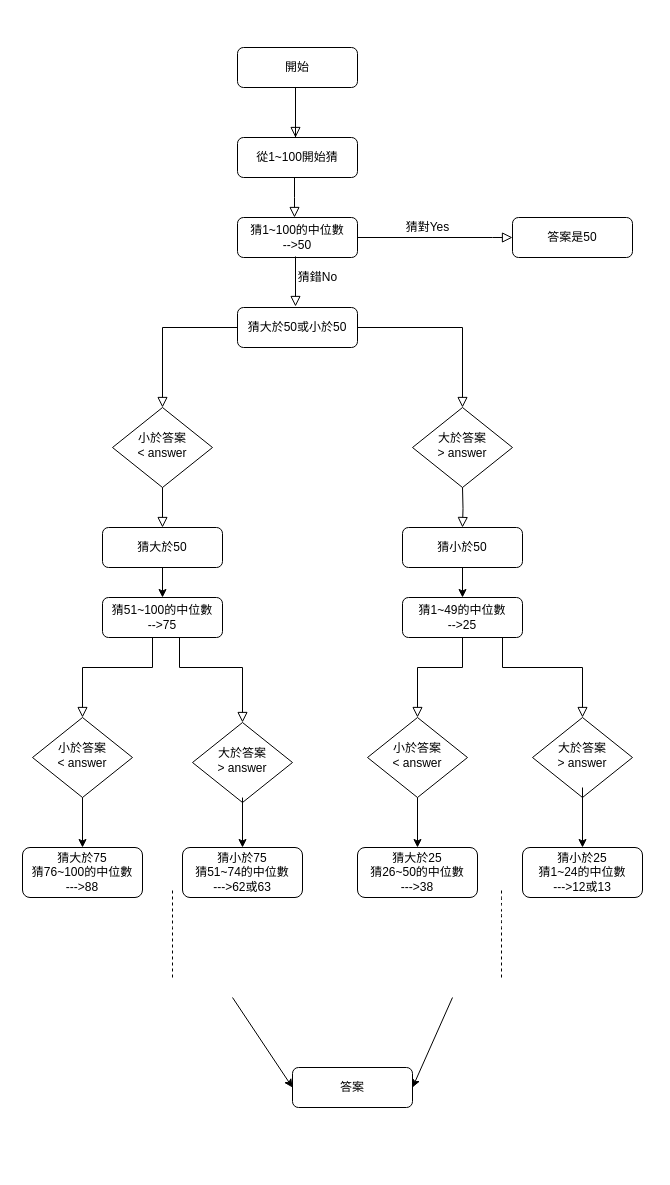
Before: number guess.drawio in chekuin7/ACcamp, a draw.io diagram. Source tidied: cells renumbered, new cells numbered last; positions are measured from the earlier drawing's top-left corner, leaving out a move shared by most shapes. Both pictures are drawn from the tidied source at 100%, with x=0, y=0 at pixel (22, 47).
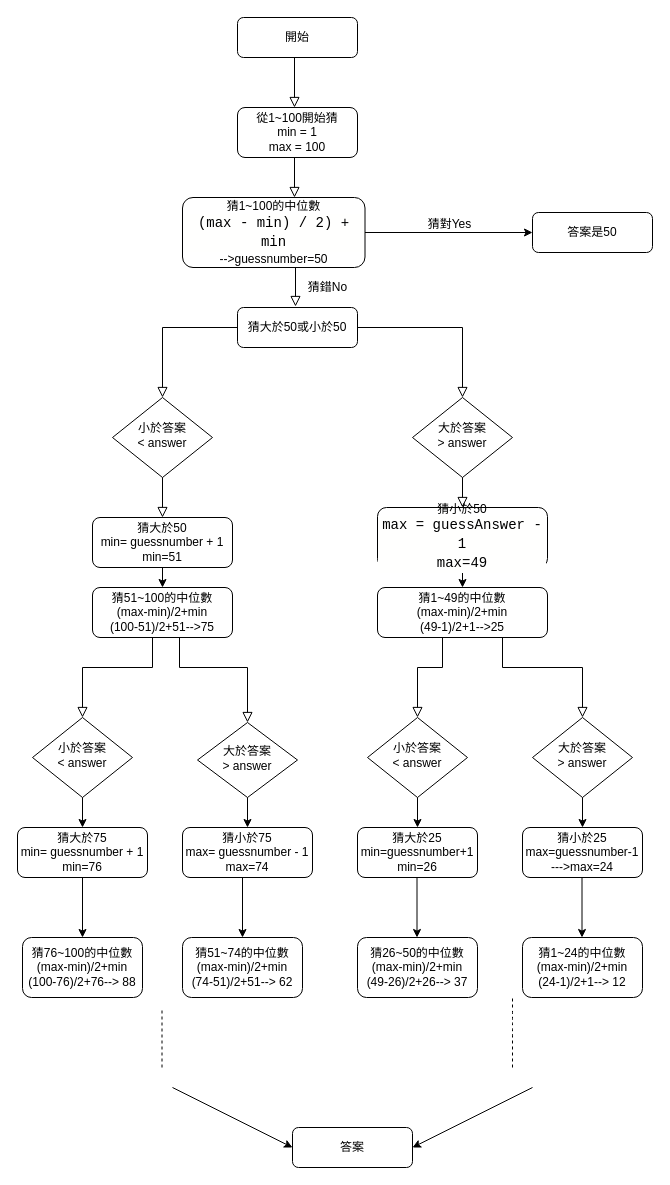
After the change.

Unchanged cells that the change refers to:
```xml
<mxCell id="13" value="小於答案&lt;br&gt;&amp;lt; answer" style="rhombus;whiteSpace=wrap;html=1;shadow=0;fontFamily=Helvetica;fontSize=12;align=center;strokeWidth=1;spacing=6;spacingTop=-4;" parent="1" vertex="1">
  <mxGeometry x="10" y="670" width="100" height="80" as="geometry" />
</mxCell>
<mxCell id="21" value="小於答案&lt;br&gt;&amp;lt; answer" style="rhombus;whiteSpace=wrap;html=1;shadow=0;fontFamily=Helvetica;fontSize=12;align=center;strokeWidth=1;spacing=6;spacingTop=-4;" parent="1" vertex="1">
  <mxGeometry x="345" y="670" width="100" height="80" as="geometry" />
</mxCell>
<mxCell id="22" value="大於答案&lt;br&gt;&amp;gt; answer" style="rhombus;whiteSpace=wrap;html=1;shadow=0;fontFamily=Helvetica;fontSize=12;align=center;strokeWidth=1;spacing=6;spacingTop=-4;" parent="1" vertex="1">
  <mxGeometry x="510" y="670" width="100" height="80" as="geometry" />
</mxCell>
```

Change to the diagram source:
```diff
@@
-    <mxCell id="3" value="猜1~100的中位數&lt;br&gt;--&amp;gt;50" style="rounded=1;whiteSpace=wrap;html=1;fontSize=12;glass=0;strokeWidth=1;shadow=0;" parent="1" vertex="1">
-      <mxGeometry x="215" y="170" width="120" height="40" as="geometry" />
+    <mxCell id="3" value="猜1~100的中位數&lt;br&gt;&lt;div style=&quot;background-color: rgb(255 , 255 , 254) ; font-family: &amp;#34;consolas&amp;#34; , &amp;#34;courier new&amp;#34; , monospace ; font-size: 14px ; line-height: 19px&quot;&gt;(max - min) / 2) + min&lt;/div&gt;--&amp;gt;guessnumber=50" style="rounded=1;whiteSpace=wrap;html=1;fontSize=12;glass=0;strokeWidth=1;shadow=0;" parent="1" vertex="1">
+      <mxGeometry x="160" y="150" width="182.5" height="70" as="geometry" />
     </mxCell>
     <mxCell id="4" value="大於答案&lt;br&gt;&amp;gt; answer" style="rhombus;whiteSpace=wrap;html=1;shadow=0;fontFamily=Helvetica;fontSize=12;align=center;strokeWidth=1;spacing=6;spacingTop=-4;" parent="1" vertex="1">
-      <mxGeometry x="390" y="360" width="100" height="80" as="geometry" />
+      <mxGeometry x="390" y="350" width="100" height="80" as="geometry" />
     </mxCell>
-    <mxCell id="5" style="edgeStyle=orthogonalEdgeStyle;rounded=0;jettySize=auto;html=1;exitX=0.5;exitY=1;exitDx=0;exitDy=0;entryX=0.5;entryY=0;entryDx=0;entryDy=0;" parent="1" edge="1" source="6" target="9">
-      <mxGeometry relative="1" as="geometry" />
+    <mxCell id="5" style="edgeStyle=orthogonalEdgeStyle;rounded=0;jettySize=auto;html=1;exitX=0.5;exitY=1;exitDx=0;exitDy=0;entryX=0.5;entryY=0;entryDx=0;entryDy=0;" parent="1" edge="1" target="9">
+      <mxGeometry relative="1" as="geometry">
+        <mxPoint x="432" y="520" as="sourcePoint" />
+      </mxGeometry>
     </mxCell>
-    <mxCell id="6" value="猜小於50" style="rounded=1;whiteSpace=wrap;html=1;fontSize=12;glass=0;strokeWidth=1;shadow=0;" parent="1" vertex="1">
-      <mxGeometry x="380" y="480" width="120" height="40" as="geometry" />
+    <mxCell id="6" value="猜小於50&lt;br&gt;&lt;div style=&quot;background-color: rgb(255 , 255 , 254) ; font-family: &amp;#34;consolas&amp;#34; , &amp;#34;courier new&amp;#34; , monospace ; font-size: 14px ; line-height: 19px&quot;&gt;max = guessAnswer - 1&lt;/div&gt;&lt;div style=&quot;background-color: rgb(255 , 255 , 254) ; font-family: &amp;#34;consolas&amp;#34; , &amp;#34;courier new&amp;#34; , monospace ; font-size: 14px ; line-height: 19px&quot;&gt;max=49&lt;/div&gt;" style="rounded=1;whiteSpace=wrap;html=1;fontSize=12;glass=0;strokeWidth=1;shadow=0;" parent="1" vertex="1">
+      <mxGeometry x="355" y="460" width="170" height="60" as="geometry" />
     </mxCell>
     <mxCell id="7" value="小於答案&lt;br&gt;&amp;lt; answer" style="rhombus;whiteSpace=wrap;html=1;shadow=0;fontFamily=Helvetica;fontSize=12;align=center;strokeWidth=1;spacing=6;spacingTop=-4;" parent="1" vertex="1">
-      <mxGeometry x="90" y="360" width="100" height="80" as="geometry" />
+      <mxGeometry x="90" y="350" width="100" height="80" as="geometry" />
     </mxCell>
-    <mxCell id="8" value="猜大於50" style="rounded=1;whiteSpace=wrap;html=1;fontSize=12;glass=0;strokeWidth=1;shadow=0;" parent="1" vertex="1">
-      <mxGeometry x="80" y="480" width="120" height="40" as="geometry" />
+    <mxCell id="8" value="猜大於50&lt;br&gt;min= guessnumber + 1&lt;br&gt;min=51" style="rounded=1;whiteSpace=wrap;html=1;fontSize=12;glass=0;strokeWidth=1;shadow=0;" parent="1" vertex="1">
+      <mxGeometry x="70" y="470" width="140" height="50" as="geometry" />
     </mxCell>
-    <mxCell id="9" value="猜1~49的中位數&lt;br&gt;--&amp;gt;25" style="rounded=1;whiteSpace=wrap;html=1;fontSize=12;glass=0;strokeWidth=1;shadow=0;" parent="1" vertex="1">
-      <mxGeometry x="380" y="550" width="120" height="40" as="geometry" />
+    <mxCell id="9" value="猜1~49的中位數&lt;br&gt;(max-min)/2+min&lt;br&gt;(49-1)/2+1--&amp;gt;25" style="rounded=1;whiteSpace=wrap;html=1;fontSize=12;glass=0;strokeWidth=1;shadow=0;" parent="1" vertex="1">
+      <mxGeometry x="355" y="540" width="170" height="50" as="geometry" />
     </mxCell>
-    <mxCell id="10" value="猜51~100的中位數&lt;br&gt;--&amp;gt;75" style="rounded=1;whiteSpace=wrap;html=1;fontSize=12;glass=0;strokeWidth=1;shadow=0;" parent="1" vertex="1">
-      <mxGeometry x="80" y="550" width="120" height="40" as="geometry" />
+    <mxCell id="10" value="猜51~100的中位數&lt;br&gt;(max-min)/2+min&lt;br&gt;(100-51)/2+51--&amp;gt;75" style="rounded=1;whiteSpace=wrap;html=1;fontSize=12;glass=0;strokeWidth=1;shadow=0;" parent="1" vertex="1">
+      <mxGeometry x="70" y="540" width="140" height="50" as="geometry" />
     </mxCell>
@@
     <mxCell id="14" value="大於答案&lt;br&gt;&amp;gt; answer" style="rhombus;whiteSpace=wrap;html=1;shadow=0;fontFamily=Helvetica;fontSize=12;align=center;strokeWidth=1;spacing=6;spacingTop=-4;" parent="1" vertex="1">
-      <mxGeometry x="170" y="675" width="100" height="80" as="geometry" />
+      <mxGeometry x="175" y="675" width="100" height="75" as="geometry" />
     </mxCell>
@@
     <mxCell id="16" style="rounded=0;html=1;jettySize=auto;fontSize=11;endArrow=block;endFill=0;endSize=8;strokeWidth=1;shadow=0;labelBackgroundColor=none;edgeStyle=orthogonalEdgeStyle;entryX=0.5;entryY=0;entryDx=0;entryDy=0;" parent="1" edge="1" target="14">
       <mxGeometry relative="1" as="geometry">
         <mxPoint x="157" y="590" as="sourcePoint" />
         <Array as="points">
           <mxPoint x="157" y="620" />
-          <mxPoint x="220" y="620" />
+          <mxPoint x="225" y="620" />
         </Array>
       </mxGeometry>
     </mxCell>
-    <mxCell id="17" value="猜大於75&lt;br&gt;猜76~100的中位數&lt;br&gt;---&amp;gt;88" style="rounded=1;whiteSpace=wrap;html=1;fontSize=12;glass=0;strokeWidth=1;shadow=0;" parent="1" vertex="1">
-      <mxGeometry y="800" width="120" height="50" as="geometry" />
+    <mxCell id="17" value="猜76~100的中位數&lt;br&gt;(max-min)/2+min&lt;br&gt;(100-76)/2+76--&amp;gt; 88" style="rounded=1;whiteSpace=wrap;html=1;fontSize=12;glass=0;strokeWidth=1;shadow=0;" parent="1" vertex="1">
+      <mxGeometry y="890" width="120" height="60" as="geometry" />
     </mxCell>
-    <mxCell id="18" style="endArrow=classic;html=1;entryX=0.5;entryY=0;entryDx=0;entryDy=0;" parent="1" edge="1" target="17">
-      <mxGeometry relative="1" as="geometry">
-        <mxPoint x="60" y="750" as="sourcePoint" />
-      </mxGeometry>
+    <mxCell id="18" style="endArrow=classic;html=1;entryX=0.5;entryY=0;entryDx=0;entryDy=0;exitX=0.5;exitY=1;exitDx=0;exitDy=0;" parent="1" edge="1" source="13" target="48">
+      <mxGeometry relative="1" as="geometry" />
     </mxCell>
-    <mxCell id="19" value="猜小於75&lt;br&gt;猜51~74的中位數&lt;br&gt;---&amp;gt;62或63" style="rounded=1;whiteSpace=wrap;html=1;fontSize=12;glass=0;strokeWidth=1;shadow=0;" parent="1" vertex="1">
-      <mxGeometry x="160" y="800" width="120" height="50" as="geometry" />
+    <mxCell id="19" value="猜51~74的中位數&lt;br&gt;(max-min)/2+min&lt;br&gt;(74-51)/2+51--&amp;gt; 62" style="rounded=1;whiteSpace=wrap;html=1;fontSize=12;glass=0;strokeWidth=1;shadow=0;" parent="1" vertex="1">
+      <mxGeometry x="160" y="890" width="120" height="60" as="geometry" />
     </mxCell>
-    <mxCell id="20" style="endArrow=classic;html=1;entryX=0.5;entryY=0;entryDx=0;entryDy=0;exitX=0.5;exitY=0.938;exitDx=0;exitDy=0;exitPerimeter=0;" parent="1" edge="1" source="14" target="19">
-      <mxGeometry relative="1" as="geometry" />
+    <mxCell id="20" style="endArrow=classic;html=1;entryX=0.5;entryY=0;entryDx=0;entryDy=0;" parent="1" edge="1" target="19">
+      <mxGeometry relative="1" as="geometry">
+        <mxPoint x="220" y="830" as="sourcePoint" />
+      </mxGeometry>
     </mxCell>
@@
-    <mxCell id="23" value="猜大於25&lt;br&gt;猜26~50的中位數&lt;br&gt;---&amp;gt;38" style="rounded=1;whiteSpace=wrap;html=1;fontSize=12;glass=0;strokeWidth=1;shadow=0;" parent="1" vertex="1">
-      <mxGeometry x="335" y="800" width="120" height="50" as="geometry" />
+    <mxCell id="23" value="猜大於25&lt;br&gt;min=guessnumber+1&lt;br&gt;min=26" style="rounded=1;whiteSpace=wrap;html=1;fontSize=12;glass=0;strokeWidth=1;shadow=0;" parent="1" vertex="1">
+      <mxGeometry x="335" y="780" width="120" height="50" as="geometry" />
     </mxCell>
@@
-    <mxCell id="25" value="猜小於25&lt;br&gt;猜1~24的中位數&lt;br&gt;---&amp;gt;12或13" style="rounded=1;whiteSpace=wrap;html=1;fontSize=12;glass=0;strokeWidth=1;shadow=0;" parent="1" vertex="1">
-      <mxGeometry x="500" y="800" width="120" height="50" as="geometry" />
+    <mxCell id="25" value="猜小於25&lt;br&gt;max=guessnumber-1&lt;br&gt;---&amp;gt;max=24" style="rounded=1;whiteSpace=wrap;html=1;fontSize=12;glass=0;strokeWidth=1;shadow=0;" parent="1" vertex="1">
+      <mxGeometry x="500" y="780" width="120" height="50" as="geometry" />
     </mxCell>
     <mxCell id="26" style="endArrow=classic;html=1;entryX=0.5;entryY=0;entryDx=0;entryDy=0;" parent="1" edge="1" target="25">
       <mxGeometry relative="1" as="geometry">
-        <mxPoint x="560" y="740" as="sourcePoint" />
+        <mxPoint x="560" y="750" as="sourcePoint" />
       </mxGeometry>
     </mxCell>
     <mxCell id="27" style="rounded=0;html=1;jettySize=auto;fontSize=11;endArrow=block;endFill=0;endSize=8;strokeWidth=1;shadow=0;labelBackgroundColor=none;edgeStyle=orthogonalEdgeStyle;entryX=0.5;entryY=0;entryDx=0;entryDy=0;" parent="1" edge="1" target="22">
       <mxGeometry relative="1" as="geometry">
-        <mxPoint x="460" y="590" as="sourcePoint" />
+        <mxPoint x="480" y="590" as="sourcePoint" />
         <Array as="points">
           <mxPoint x="480" y="590" />
           <mxPoint x="480" y="620" />
           <mxPoint x="560" y="620" />
         </Array>
       </mxGeometry>
     </mxCell>
     <mxCell id="28" style="rounded=0;html=1;jettySize=auto;fontSize=11;endArrow=block;endFill=0;endSize=8;strokeWidth=1;shadow=0;labelBackgroundColor=none;edgeStyle=orthogonalEdgeStyle;entryX=0.5;entryY=0;entryDx=0;entryDy=0;" parent="1" edge="1" target="21">
       <mxGeometry relative="1" as="geometry">
         <mxPoint x="420" y="590" as="sourcePoint" />
         <Array as="points">
-          <mxPoint x="440" y="590" />
-          <mxPoint x="440" y="620" />
+          <mxPoint x="420" y="620" />
           <mxPoint x="395" y="620" />
         </Array>
       </mxGeometry>
     </mxCell>
     <mxCell id="29" style="endArrow=none;dashed=1;html=1;" parent="1" edge="1">
       <mxGeometry relative="1" as="geometry">
-        <mxPoint x="150" y="930" as="sourcePoint" />
-        <mxPoint x="150" y="840" as="targetPoint" />
+        <mxPoint x="139.5" y="1020" as="sourcePoint" />
+        <mxPoint x="139.5" y="960" as="targetPoint" />
         <Array as="points">
-          <mxPoint x="150" y="870" />
+          <mxPoint x="139.5" y="960" />
         </Array>
       </mxGeometry>
     </mxCell>
     <mxCell id="30" style="endArrow=none;dashed=1;html=1;" parent="1" edge="1">
       <mxGeometry relative="1" as="geometry">
-        <mxPoint x="479" y="930" as="sourcePoint" />
-        <mxPoint x="479" y="840" as="targetPoint" />
+        <mxPoint x="490" y="1020" as="sourcePoint" />
+        <mxPoint x="490" y="950" as="targetPoint" />
         <Array as="points">
-          <mxPoint x="479" y="870" />
-          <mxPoint x="479" y="860" />
+          <mxPoint x="490" y="980" />
+          <mxPoint x="490" y="970" />
         </Array>
       </mxGeometry>
     </mxCell>
     <mxCell id="31" style="endArrow=classic;html=1;entryX=0;entryY=0.5;entryDx=0;entryDy=0;" parent="1" edge="1" target="39">
       <mxGeometry relative="1" as="geometry">
-        <mxPoint x="210" y="950" as="sourcePoint" />
+        <mxPoint x="150" y="1040" as="sourcePoint" />
       </mxGeometry>
     </mxCell>
     <mxCell id="32" style="endArrow=classic;html=1;entryX=1;entryY=0.5;entryDx=0;entryDy=0;" parent="1" edge="1" target="39">
       <mxGeometry relative="1" as="geometry">
-        <mxPoint x="430" y="950" as="sourcePoint" />
+        <mxPoint x="510" y="1040" as="sourcePoint" />
       </mxGeometry>
     </mxCell>
@@
-    <mxCell id="34" style="rounded=0;html=1;jettySize=auto;orthogonalLoop=1;fontSize=11;endArrow=block;endFill=0;endSize=8;strokeWidth=1;shadow=0;labelBackgroundColor=none;edgeStyle=orthogonalEdgeStyle;exitX=1;exitY=0.5;exitDx=0;exitDy=0;" parent="1" edge="1">
+    <mxCell id="34" style="rounded=0;html=1;jettySize=auto;fontSize=11;endArrow=block;endFill=0;endSize=8;strokeWidth=1;shadow=0;labelBackgroundColor=none;edgeStyle=orthogonalEdgeStyle;exitX=0.5;exitY=1;exitDx=0;exitDy=0;" parent="1" edge="1" source="3">
       <mxGeometry relative="1" as="geometry">
-        <mxPoint x="273" y="209" as="sourcePoint" />
         <mxPoint x="273" y="259" as="targetPoint" />
         <Array as="points">
-          <mxPoint x="273" y="259" />
+          <mxPoint x="273" y="220" />
         </Array>
       </mxGeometry>
     </mxCell>
-    <mxCell id="35" style="rounded=0;html=1;jettySize=auto;fontSize=11;endArrow=block;endFill=0;endSize=8;strokeWidth=1;shadow=0;labelBackgroundColor=none;edgeStyle=orthogonalEdgeStyle;exitX=1;exitY=0.5;exitDx=0;exitDy=0;" parent="1" edge="1" source="3">
-      <mxGeometry relative="1" as="geometry">
-        <mxPoint x="490" y="190" as="targetPoint" />
-        <Array as="points">
-          <mxPoint x="470" y="190" />
-        </Array>
-      </mxGeometry>
-    </mxCell>
     <mxCell id="36" value="答案是50" style="rounded=1;whiteSpace=wrap;html=1;fontSize=12;glass=0;strokeWidth=1;shadow=0;" parent="1" vertex="1">
-      <mxGeometry x="490" y="170" width="120" height="40" as="geometry" />
+      <mxGeometry x="510" y="165" width="120" height="40" as="geometry" />
     </mxCell>
     <mxCell id="37" value="猜對Yes" style="text;html=1;align=center;verticalAlign=middle;" parent="1" vertex="1">
-      <mxGeometry x="375" y="170" width="60" height="20" as="geometry" />
+      <mxGeometry x="397" y="167" width="60" height="20" as="geometry" />
     </mxCell>
     <mxCell id="38" value="猜錯No" style="text;html=1;align=center;verticalAlign=middle;" parent="1" vertex="1">
-      <mxGeometry x="270" y="220" width="50" height="20" as="geometry" />
+      <mxGeometry x="280" y="230" width="50" height="20" as="geometry" />
     </mxCell>
     <mxCell id="39" value="答案" style="rounded=1;whiteSpace=wrap;html=1;fontSize=12;glass=0;strokeWidth=1;shadow=0;" parent="1" vertex="1">
-      <mxGeometry x="270" y="1020" width="120" height="40" as="geometry" />
+      <mxGeometry x="270" y="1080" width="120" height="40" as="geometry" />
     </mxCell>
-    <mxCell id="40" value="從1~100開始猜" style="rounded=1;whiteSpace=wrap;html=1;fontSize=12;glass=0;strokeWidth=1;shadow=0;" parent="1" vertex="1">
-      <mxGeometry x="215" y="90" width="120" height="40" as="geometry" />
+    <mxCell id="40" value="從1~100開始猜&lt;br&gt;min = 1&lt;br&gt;max = 100" style="rounded=1;whiteSpace=wrap;html=1;fontSize=12;glass=0;strokeWidth=1;shadow=0;" parent="1" vertex="1">
+      <mxGeometry x="215" y="60" width="120" height="50" as="geometry" />
     </mxCell>
     <mxCell id="41" value="開始" style="rounded=1;whiteSpace=wrap;html=1;fontSize=12;glass=0;strokeWidth=1;shadow=0;" parent="1" vertex="1">
-      <mxGeometry x="215" width="120" height="40" as="geometry" />
+      <mxGeometry x="215" y="-30" width="120" height="40" as="geometry" />
     </mxCell>
-    <mxCell id="42" style="rounded=0;html=1;jettySize=auto;orthogonalLoop=1;fontSize=11;endArrow=block;endFill=0;endSize=8;strokeWidth=1;shadow=0;labelBackgroundColor=none;edgeStyle=orthogonalEdgeStyle;" parent="1" edge="1">
+    <mxCell id="42" style="rounded=0;html=1;jettySize=auto;fontSize=11;endArrow=block;endFill=0;endSize=8;strokeWidth=1;shadow=0;labelBackgroundColor=none;edgeStyle=orthogonalEdgeStyle;exitX=0.5;exitY=1;exitDx=0;exitDy=0;" parent="1" edge="1" source="41">
       <mxGeometry relative="1" as="geometry">
-        <mxPoint x="273" y="90" as="sourcePoint" />
-        <mxPoint x="273" y="90" as="targetPoint" />
+        <mxPoint x="272" y="60" as="targetPoint" />
         <Array as="points">
-          <mxPoint x="273" y="40" />
-          <mxPoint x="273" y="40" />
+          <mxPoint x="272" y="10" />
         </Array>
       </mxGeometry>
     </mxCell>
-    <mxCell id="43" style="rounded=0;html=1;jettySize=auto;orthogonalLoop=1;fontSize=11;endArrow=block;endFill=0;endSize=8;strokeWidth=1;shadow=0;labelBackgroundColor=none;edgeStyle=orthogonalEdgeStyle;entryX=0.5;entryY=0;entryDx=0;entryDy=0;exitX=0.5;exitY=1;exitDx=0;exitDy=0;" parent="1" edge="1">
+    <mxCell id="43" style="rounded=0;html=1;jettySize=auto;fontSize=11;endArrow=block;endFill=0;endSize=8;strokeWidth=1;shadow=0;labelBackgroundColor=none;edgeStyle=orthogonalEdgeStyle;exitX=0.5;exitY=1;exitDx=0;exitDy=0;" parent="1" edge="1" source="40">
       <mxGeometry relative="1" as="geometry">
-        <mxPoint x="272" y="130" as="sourcePoint" />
-        <mxPoint x="272" y="170" as="targetPoint" />
+        <mxPoint x="272" y="150" as="targetPoint" />
         <Array as="points">
-          <mxPoint x="272" y="150" />
-          <mxPoint x="272" y="150" />
+          <mxPoint x="272" y="110" />
         </Array>
       </mxGeometry>
     </mxCell>
@@
-    <mxCell id="45" style="rounded=0;html=1;jettySize=auto;fontSize=11;endArrow=block;endFill=0;endSize=8;strokeWidth=1;shadow=0;labelBackgroundColor=none;edgeStyle=orthogonalEdgeStyle;entryX=0.5;entryY=0;entryDx=0;entryDy=0;" parent="1" edge="1" target="6">
-      <mxGeometry relative="1" as="geometry">
-        <mxPoint x="440" y="440" as="sourcePoint" />
-      </mxGeometry>
+    <mxCell id="45" style="rounded=0;html=1;jettySize=auto;fontSize=11;endArrow=block;endFill=0;endSize=8;strokeWidth=1;shadow=0;labelBackgroundColor=none;edgeStyle=orthogonalEdgeStyle;entryX=0.5;entryY=0;entryDx=0;entryDy=0;exitX=0.5;exitY=1;exitDx=0;exitDy=0;" parent="1" edge="1" source="4" target="6">
+      <mxGeometry relative="1" as="geometry" />
     </mxCell>
+    <mxCell id="46" style="endArrow=classic;html=1;entryX=0;entryY=0.5;entryDx=0;entryDy=0;exitX=1;exitY=0.5;exitDx=0;exitDy=0;" parent="1" edge="1" source="3" target="36">
+      <mxGeometry relative="1" as="geometry" />
+    </mxCell>
+    <mxCell id="47" style="edgeStyle=orthogonalEdgeStyle;rounded=0;jettySize=auto;html=1;" parent="1" edge="1" source="48" target="17">
+      <mxGeometry relative="1" as="geometry" />
+    </mxCell>
+    <mxCell id="48" value="猜大於75&lt;br&gt;min= guessnumber + 1&lt;br&gt;min=76" style="rounded=1;whiteSpace=wrap;html=1;fontSize=12;glass=0;strokeWidth=1;shadow=0;" parent="1" vertex="1">
+      <mxGeometry x="-5" y="780" width="130" height="50" as="geometry" />
+    </mxCell>
+    <mxCell id="49" value="猜小於75&lt;br&gt;max= guessnumber - 1&lt;br&gt;max=74" style="rounded=1;whiteSpace=wrap;html=1;fontSize=12;glass=0;strokeWidth=1;shadow=0;" parent="1" vertex="1">
+      <mxGeometry x="160" y="780" width="130" height="50" as="geometry" />
+    </mxCell>
+    <mxCell id="50" style="endArrow=classic;html=1;exitX=0.5;exitY=1;exitDx=0;exitDy=0;entryX=0.5;entryY=0;entryDx=0;entryDy=0;" parent="1" edge="1" source="14" target="49">
+      <mxGeometry relative="1" as="geometry" />
+    </mxCell>
+    <mxCell id="51" value="猜26~50的中位數&lt;br&gt;(max-min)/2+min&lt;br&gt;(49-26)/2+26--&amp;gt; 37" style="rounded=1;whiteSpace=wrap;html=1;fontSize=12;glass=0;strokeWidth=1;shadow=0;" parent="1" vertex="1">
+      <mxGeometry x="335" y="890" width="120" height="60" as="geometry" />
+    </mxCell>
+    <mxCell id="52" value="猜1~24的中位數&lt;br&gt;(max-min)/2+min&lt;br&gt;(24-1)/2+1--&amp;gt; 12" style="rounded=1;whiteSpace=wrap;html=1;fontSize=12;glass=0;strokeWidth=1;shadow=0;" parent="1" vertex="1">
+      <mxGeometry x="500" y="890" width="120" height="60" as="geometry" />
+    </mxCell>
+    <mxCell id="53" style="endArrow=classic;html=1;entryX=0.5;entryY=0;entryDx=0;entryDy=0;" parent="1" edge="1">
+      <mxGeometry relative="1" as="geometry">
+        <mxPoint x="394.5" y="830" as="sourcePoint" />
+        <mxPoint x="394.5" y="890" as="targetPoint" />
+      </mxGeometry>
+    </mxCell>
+    <mxCell id="54" style="endArrow=classic;html=1;entryX=0.5;entryY=0;entryDx=0;entryDy=0;" parent="1" edge="1">
+      <mxGeometry relative="1" as="geometry">
+        <mxPoint x="559.5" y="830" as="sourcePoint" />
+        <mxPoint x="559.5" y="890" as="targetPoint" />
+      </mxGeometry>
+    </mxCell>
```
